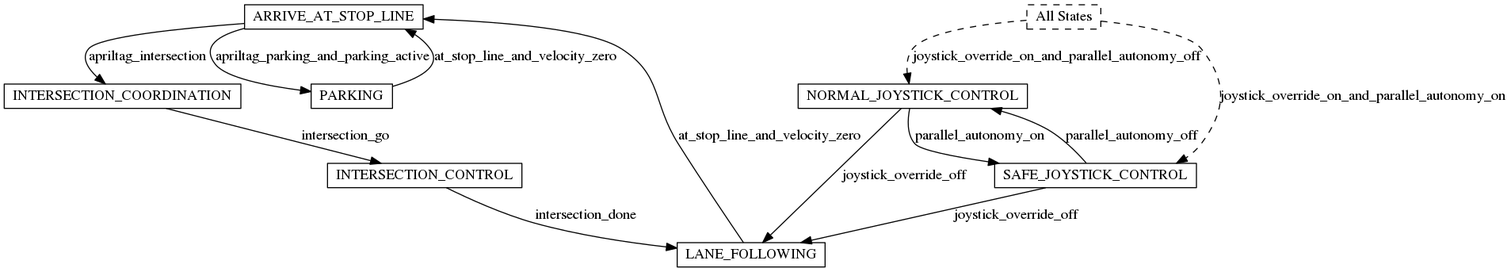
Before: catkin_ws/src/00-infrastructure/ros_diagram/fsm_default.png, a diagram exported from Graphviz (spadma3/duck). Its source is kept beside it as catkin_ws/src/00-infrastructure/ros_diagram/fsm_default.dot.
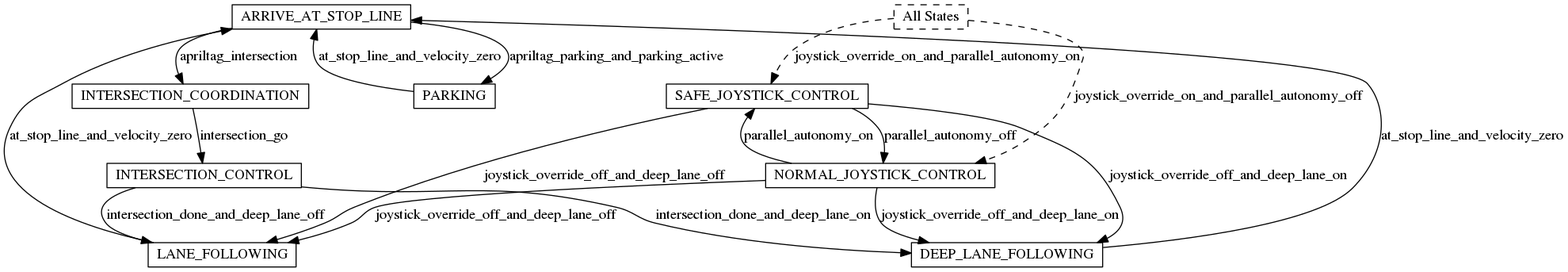
Later version of the same file.

Commit message:
Added deep learning lane following config for FSM, also car_cmd to dagu_car

What changed in the source:
```diff
@@ -3,20 +3,25 @@
 	ARRIVE_AT_STOP_LINE [label=ARRIVE_AT_STOP_LINE color=black fontcolor=black]
 	INTERSECTION_CONTROL [label=INTERSECTION_CONTROL color=black fontcolor=black]
 	INTERSECTION_COORDINATION [label=INTERSECTION_COORDINATION color=black fontcolor=black]
+	DEEP_LANE_FOLLOWING [label=DEEP_LANE_FOLLOWING]
+	PARKING [label=PARKING color=black fontcolor=black]
+	SAFE_JOYSTICK_CONTROL [label=SAFE_JOYSTICK_CONTROL color=black fontcolor=black]
 	NORMAL_JOYSTICK_CONTROL [label=NORMAL_JOYSTICK_CONTROL color=black fontcolor=black]
-	PARKING [label=PARKING color=black fontcolor=black]
 	LANE_FOLLOWING [label=LANE_FOLLOWING color=black fontcolor=black]
-	SAFE_JOYSTICK_CONTROL [label=SAFE_JOYSTICK_CONTROL color=black fontcolor=black]
 	ARRIVE_AT_STOP_LINE -> PARKING [label=apriltag_parking_and_parking_active color=black fontcolor=black]
 	ARRIVE_AT_STOP_LINE -> INTERSECTION_COORDINATION [label=apriltag_intersection color=black fontcolor=black]
-	INTERSECTION_CONTROL -> LANE_FOLLOWING [label=intersection_done color=black fontcolor=black]
+	INTERSECTION_CONTROL -> DEEP_LANE_FOLLOWING [label=intersection_done_and_deep_lane_on color=black fontcolor=black]
+	INTERSECTION_CONTROL -> LANE_FOLLOWING [label=intersection_done_and_deep_lane_off color=black fontcolor=black]
 	INTERSECTION_COORDINATION -> INTERSECTION_CONTROL [label=intersection_go color=black fontcolor=black]
-	NORMAL_JOYSTICK_CONTROL -> LANE_FOLLOWING [label=joystick_override_off color=black fontcolor=black]
+	DEEP_LANE_FOLLOWING -> ARRIVE_AT_STOP_LINE [label=at_stop_line_and_velocity_zero color=black fontcolor=black]
+	PARKING -> ARRIVE_AT_STOP_LINE [label=at_stop_line_and_velocity_zero color=black fontcolor=black]
+	SAFE_JOYSTICK_CONTROL -> DEEP_LANE_FOLLOWING [label=joystick_override_off_and_deep_lane_on color=black fontcolor=black]
+	SAFE_JOYSTICK_CONTROL -> NORMAL_JOYSTICK_CONTROL [label=parallel_autonomy_off color=black fontcolor=black]
+	SAFE_JOYSTICK_CONTROL -> LANE_FOLLOWING [label=joystick_override_off_and_deep_lane_off color=black fontcolor=black]
+	NORMAL_JOYSTICK_CONTROL -> DEEP_LANE_FOLLOWING [label=joystick_override_off_and_deep_lane_on color=black fontcolor=black]
+	NORMAL_JOYSTICK_CONTROL -> LANE_FOLLOWING [label=joystick_override_off_and_deep_lane_off color=black fontcolor=black]
 	NORMAL_JOYSTICK_CONTROL -> SAFE_JOYSTICK_CONTROL [label=parallel_autonomy_on color=black fontcolor=black]
-	PARKING -> ARRIVE_AT_STOP_LINE [label=at_stop_line_and_velocity_zero color=black fontcolor=black]
 	LANE_FOLLOWING -> ARRIVE_AT_STOP_LINE [label=at_stop_line_and_velocity_zero color=black fontcolor=black]
-	SAFE_JOYSTICK_CONTROL -> NORMAL_JOYSTICK_CONTROL [label=parallel_autonomy_off color=black fontcolor=black]
-	SAFE_JOYSTICK_CONTROL -> LANE_FOLLOWING [label=joystick_override_off color=black fontcolor=black]
 	ALL_STATES [label="All States" style=dashed]
 	ALL_STATES -> NORMAL_JOYSTICK_CONTROL [label=joystick_override_on_and_parallel_autonomy_off concentrate=false style=dashed]
 	ALL_STATES -> SAFE_JOYSTICK_CONTROL [label=joystick_override_on_and_parallel_autonomy_on concentrate=false style=dashed]
```
